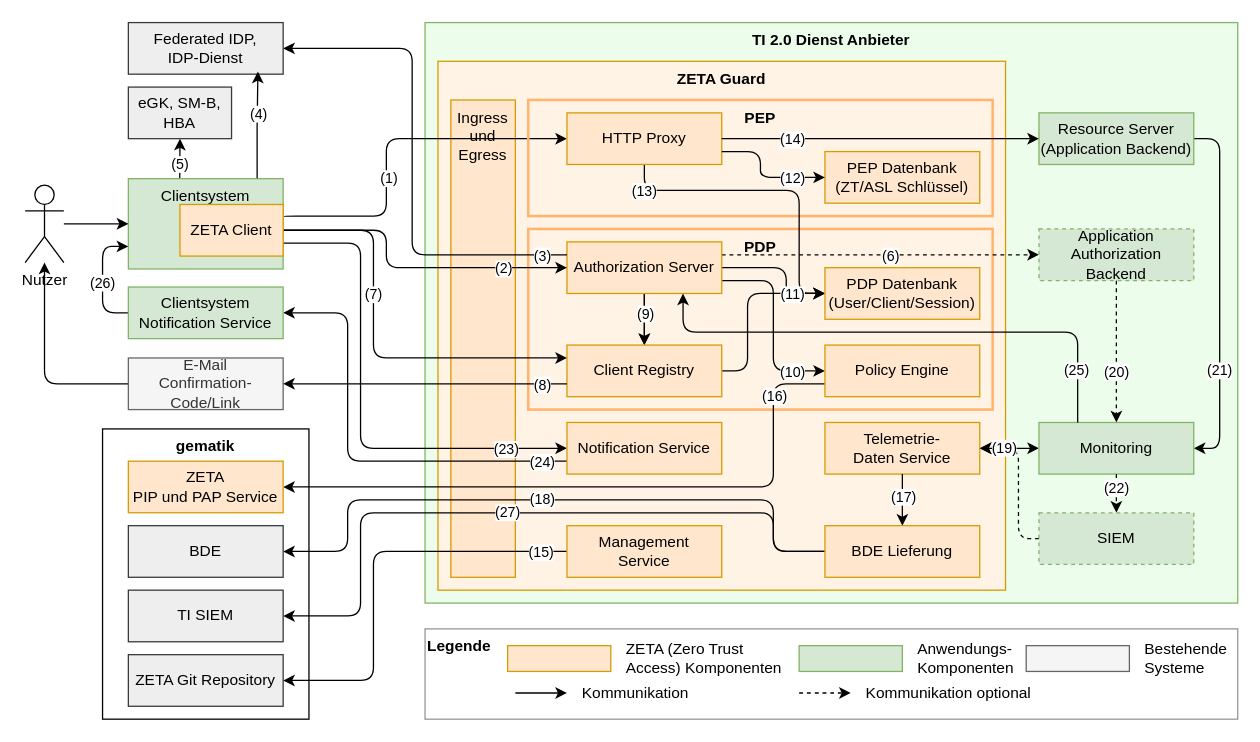
This is src/drawio/Zero-Trust_Architektur.drawio from gematik/spec-t20r, a draw.io file, before an edit. Source tidied: cells renumbered, new cells numbered last; positions are measured from the earlier drawing's top-left corner, leaving out a move shared by most shapes. Both pictures are drawn from the tidied source at 129%, with x=0, y=0 at pixel (25, 22).
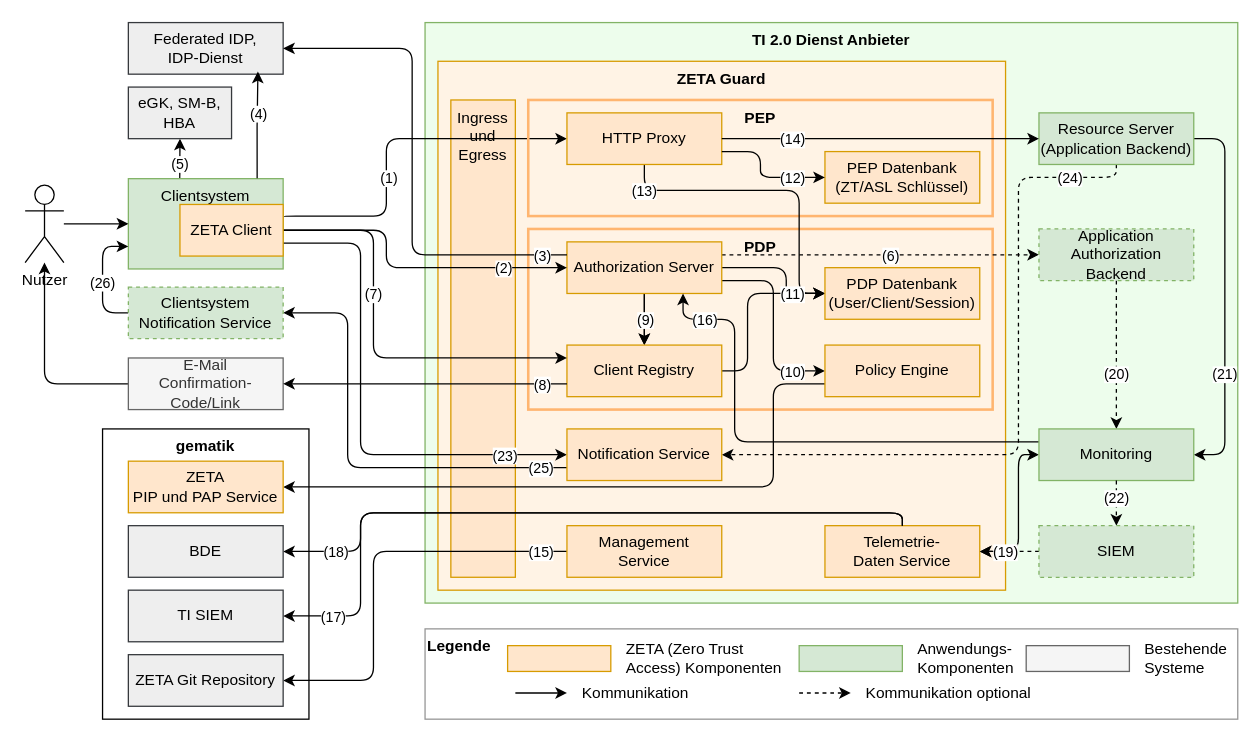
The same diagram, later.

The change refers to these unchanged cells:
```xml
<mxCell id="12" style="edgeStyle=orthogonalEdgeStyle;rounded=0;jettySize=auto;html=1;" parent="1" edge="1" source="17" target="21">
  <mxGeometry relative="1" as="geometry" />
</mxCell>
<mxCell id="17" value="Authorization Server" style="rounded=0;whiteSpace=wrap;html=1;fillColor=#ffe6cc;strokeColor=#d79b00;" parent="1" vertex="1">
  <mxGeometry x="420" y="170" width="120" height="40" as="geometry" />
</mxCell>
<mxCell id="24" value="&lt;div&gt;Resource Server&lt;/div&gt;&lt;div&gt;(Application Backend)&lt;/div&gt;" style="rounded=0;whiteSpace=wrap;html=1;fillColor=#d5e8d4;strokeColor=#82b366;" parent="1" vertex="1">
  <mxGeometry x="785.9" y="70" width="120" height="40" as="geometry" />
</mxCell>
<mxCell id="58" value="&lt;div&gt;BDE&lt;/div&gt;" style="rounded=0;whiteSpace=wrap;html=1;fillColor=#eeeeee;strokeColor=#36393d;" parent="1" vertex="1">
  <mxGeometry x="80" y="390" width="120" height="40" as="geometry" />
</mxCell>
<mxCell id="60" value="&lt;div&gt;TI SIEM&lt;/div&gt;" style="rounded=0;whiteSpace=wrap;html=1;fillColor=#eeeeee;strokeColor=#36393d;" parent="1" vertex="1">
  <mxGeometry x="80" y="440" width="120" height="40" as="geometry" />
</mxCell>
<mxCell id="80" value="ZETA Client" style="rounded=0;whiteSpace=wrap;html=1;fillColor=#ffe6cc;strokeColor=#d79b00;" parent="1" vertex="1">
  <mxGeometry x="120" y="141" width="80" height="40" as="geometry" />
</mxCell>
```

Diff of the diagram source:
```diff
@@
     <mxCell id="13" value="(9)" style="edgeLabel;html=1;align=center;verticalAlign=middle;" parent="12" vertex="1">
       <mxGeometry x="-0.2" y="3" relative="1" as="geometry">
-        <mxPoint x="-3" y="-1" as="offset" />
+        <mxPoint x="-3" y="4" as="offset" />
       </mxGeometry>
     </mxCell>
@@
     <mxCell id="22" style="edgeStyle=orthogonalEdgeStyle;rounded=1;jettySize=auto;html=1;entryX=1;entryY=0.5;entryDx=0;entryDy=0;curved=0;exitX=1;exitY=0.5;exitDx=0;exitDy=0;" parent="1" edge="1" source="24" target="35">
       <mxGeometry relative="1" as="geometry">
         <Array as="points">
-          <mxPoint x="926" y="90" />
-          <mxPoint x="926" y="330" />
+          <mxPoint x="930" y="90" />
+          <mxPoint x="930" y="335" />
         </Array>
       </mxGeometry>
     </mxCell>
@@
+    <mxCell id="104" style="edgeStyle=orthogonalEdgeStyle;rounded=1;jettySize=auto;html=1;entryX=1;entryY=0.5;entryDx=0;entryDy=0;exitX=0.5;exitY=1;exitDx=0;exitDy=0;curved=0;dashed=1;" parent="1" edge="1" source="24" target="100">
+      <mxGeometry relative="1" as="geometry">
+        <Array as="points">
+          <mxPoint x="846" y="120" />
+          <mxPoint x="770" y="120" />
+          <mxPoint x="770" y="335" />
+        </Array>
+      </mxGeometry>
+    </mxCell>
+    <mxCell id="105" value="(24)" style="edgeLabel;html=1;align=center;verticalAlign=middle;" parent="104" vertex="1">
+      <mxGeometry x="-0.78" y="1" relative="1" as="geometry">
+        <mxPoint x="12" y="-1" as="offset" />
+      </mxGeometry>
+    </mxCell>
@@
-    <mxCell id="28" style="edgeStyle=orthogonalEdgeStyle;rounded=0;jettySize=auto;html=1;startArrow=classic;startFill=1;" parent="1" edge="1" source="29" target="35">
-      <mxGeometry relative="1" as="geometry" />
+    <mxCell id="28" style="edgeStyle=orthogonalEdgeStyle;rounded=1;jettySize=auto;html=1;startArrow=classic;startFill=1;entryX=0;entryY=0.5;entryDx=0;entryDy=0;curved=0;exitX=1;exitY=0.5;exitDx=0;exitDy=0;" parent="1" edge="1" source="29" target="35">
+      <mxGeometry relative="1" as="geometry">
+        <Array as="points">
+          <mxPoint x="770" y="410" />
+          <mxPoint x="770" y="335" />
+        </Array>
+      </mxGeometry>
     </mxCell>
     <mxCell id="29" value="Telemetrie-Daten&amp;nbsp;&lt;span style=&quot;background-color: initial;&quot;&gt;Service&lt;/span&gt;" style="rounded=0;whiteSpace=wrap;html=1;fillColor=#ffe6cc;strokeColor=#d79b00;" parent="1" vertex="1">
-      <mxGeometry x="620" y="310" width="120" height="40" as="geometry" />
+      <mxGeometry x="620" y="390" width="120" height="40" as="geometry" />
     </mxCell>
@@
-    <mxCell id="33" style="edgeStyle=orthogonalEdgeStyle;rounded=1;jettySize=auto;html=1;entryX=0.5;entryY=0;entryDx=0;entryDy=0;curved=0;exitX=0.5;exitY=1;exitDx=0;exitDy=0;" parent="1" edge="1" source="29" target="53">
-      <mxGeometry relative="1" as="geometry" />
-    </mxCell>
-    <mxCell id="34" value="(17)" style="edgeLabel;html=1;align=center;verticalAlign=middle;" parent="33" vertex="1">
-      <mxGeometry x="0.39" y="1" relative="1" as="geometry">
-        <mxPoint x="-1" y="-11" as="offset" />
-      </mxGeometry>
-    </mxCell>
+    <mxCell id="94" style="edgeStyle=orthogonalEdgeStyle;rounded=1;jettySize=auto;html=1;curved=0;entryX=0.75;entryY=1;entryDx=0;entryDy=0;exitX=0;exitY=0.25;exitDx=0;exitDy=0;" parent="1" edge="1" source="35" target="17">
+      <mxGeometry relative="1" as="geometry">
+        <Array as="points">
+          <mxPoint x="550" y="325" />
+          <mxPoint x="550" y="230" />
+          <mxPoint x="510" y="230" />
+        </Array>
+      </mxGeometry>
+    </mxCell>
+    <mxCell id="95" value="(16)" style="edgeLabel;html=1;align=center;verticalAlign=middle;" parent="94" vertex="1">
+      <mxGeometry x="0.81" relative="1" as="geometry" />
+    </mxCell>
     <mxCell id="35" value="&lt;div&gt;Monitoring&lt;/div&gt;" style="rounded=0;whiteSpace=wrap;html=1;fillColor=#d5e8d4;strokeColor=#82b366;" parent="1" vertex="1">
-      <mxGeometry x="785.9" y="310" width="120" height="40" as="geometry" />
+      <mxGeometry x="785.9" y="315" width="120" height="40" as="geometry" />
     </mxCell>
@@
-    <mxCell id="49" style="edgeStyle=orthogonalEdgeStyle;rounded=1;jettySize=auto;html=1;entryX=1;entryY=0.5;entryDx=0;entryDy=0;exitX=0;exitY=0.5;exitDx=0;exitDy=0;curved=0;" parent="1" edge="1" source="53" target="58">
+    <mxCell id="49" style="edgeStyle=orthogonalEdgeStyle;rounded=1;jettySize=auto;html=1;entryX=1;entryY=0.5;entryDx=0;entryDy=0;exitX=0.5;exitY=0;exitDx=0;exitDy=0;curved=0;" parent="1" edge="1" source="29" target="58">
       <mxGeometry relative="1" as="geometry">
         <Array as="points">
-          <mxPoint x="580" y="410" />
-          <mxPoint x="580" y="370" />
-          <mxPoint x="250" y="370" />
-          <mxPoint x="250" y="410" />
+          <mxPoint x="680" y="380" />
+          <mxPoint x="260" y="380" />
+          <mxPoint x="260" y="410" />
         </Array>
       </mxGeometry>
     </mxCell>
     <mxCell id="50" value="(18)" style="edgeLabel;html=1;align=center;verticalAlign=middle;" parent="49" vertex="1">
       <mxGeometry x="-0.73" relative="1" as="geometry">
-        <mxPoint x="-180" y="-13" as="offset" />
+        <mxPoint x="-380" y="30" as="offset" />
       </mxGeometry>
     </mxCell>
-    <mxCell id="51" style="edgeStyle=orthogonalEdgeStyle;rounded=1;jettySize=auto;html=1;entryX=1;entryY=0.5;entryDx=0;entryDy=0;exitX=0;exitY=0.5;exitDx=0;exitDy=0;curved=0;" parent="1" edge="1" source="53" target="60">
+    <mxCell id="51" style="edgeStyle=orthogonalEdgeStyle;rounded=1;jettySize=auto;html=1;entryX=1;entryY=0.5;entryDx=0;entryDy=0;curved=0;exitX=0.5;exitY=0;exitDx=0;exitDy=0;" parent="1" edge="1" source="29" target="60">
       <mxGeometry relative="1" as="geometry">
         <Array as="points">
-          <mxPoint x="580" y="410" />
-          <mxPoint x="580" y="380" />
+          <mxPoint x="680" y="380" />
           <mxPoint x="260" y="380" />
           <mxPoint x="260" y="460" />
         </Array>
       </mxGeometry>
     </mxCell>
-    <mxCell id="52" value="(27)" style="edgeLabel;html=1;align=center;verticalAlign=middle;" parent="51" vertex="1">
+    <mxCell id="52" value="(17)" style="edgeLabel;html=1;align=center;verticalAlign=middle;" parent="51" vertex="1">
       <mxGeometry x="-0.44" y="-1" relative="1" as="geometry">
-        <mxPoint x="-129" as="offset" />
+        <mxPoint x="-292" y="81" as="offset" />
       </mxGeometry>
     </mxCell>
-    <mxCell id="53" value="&lt;div&gt;BDE Lieferung&lt;/div&gt;" style="rounded=0;whiteSpace=wrap;html=1;fillColor=#ffe6cc;strokeColor=#d79b00;" parent="1" vertex="1">
-      <mxGeometry x="620" y="390" width="120" height="40" as="geometry" />
-    </mxCell>
-    <mxCell id="54" style="edgeStyle=orthogonalEdgeStyle;rounded=1;jettySize=auto;html=1;entryX=1;entryY=0.5;entryDx=0;entryDy=0;dashed=1;curved=0;" parent="1" edge="1" source="97" target="29">
+    <mxCell id="54" style="edgeStyle=orthogonalEdgeStyle;rounded=1;jettySize=auto;html=1;entryX=1;entryY=0.5;entryDx=0;entryDy=0;dashed=1;curved=0;exitX=0;exitY=0.5;exitDx=0;exitDy=0;" parent="1" edge="1" source="97" target="29">
       <mxGeometry relative="1" as="geometry">
         <Array as="points">
-          <mxPoint x="770" y="400" />
-          <mxPoint x="770" y="330" />
+          <mxPoint x="780" y="410" />
+          <mxPoint x="780" y="410" />
         </Array>
       </mxGeometry>
     </mxCell>
     <mxCell id="55" value="(19)" style="edgeLabel;html=1;align=center;verticalAlign=middle;" parent="54" vertex="1">
       <mxGeometry x="0.2" y="1" relative="1" as="geometry">
-        <mxPoint x="-11" y="-16" as="offset" />
+        <mxPoint x="2" y="-1" as="offset" />
       </mxGeometry>
     </mxCell>
@@
     <mxCell id="78" style="edgeStyle=orthogonalEdgeStyle;rounded=1;jettySize=auto;html=1;entryX=0;entryY=0.5;entryDx=0;entryDy=0;curved=0;exitX=1;exitY=0.75;exitDx=0;exitDy=0;" parent="1" edge="1" source="80" target="100">
       <mxGeometry relative="1" as="geometry">
         <Array as="points">
           <mxPoint x="260" y="171" />
-          <mxPoint x="260" y="330" />
+          <mxPoint x="260" y="335" />
         </Array>
       </mxGeometry>
     </mxCell>
@@
-    <mxCell id="94" style="edgeStyle=orthogonalEdgeStyle;html=1;entryX=0.75;entryY=1;entryDx=0;entryDy=0;exitX=0.25;exitY=0;exitDx=0;exitDy=0;" parent="1" edge="1" source="35" target="17">
-      <mxGeometry relative="1" as="geometry">
-        <Array as="points">
-          <mxPoint x="816" y="240" />
-          <mxPoint x="510" y="240" />
-        </Array>
-      </mxGeometry>
-    </mxCell>
-    <mxCell id="95" value="(16)" style="edgeLabel;html=1;align=center;verticalAlign=middle;" parent="94" vertex="1">
-      <mxGeometry x="0.92" relative="1" as="geometry">
-        <mxPoint x="70" y="64" as="offset" />
-      </mxGeometry>
-    </mxCell>
-    <mxCell id="96" value="(25)" style="edgeLabel;html=1;align=center;verticalAlign=middle;" parent="94" vertex="1">
-      <mxGeometry x="-0.8" y="1" relative="1" as="geometry" />
-    </mxCell>
     <mxCell id="97" value="&lt;div&gt;SIEM&lt;/div&gt;" style="rounded=0;whiteSpace=wrap;html=1;fillColor=#d5e8d4;strokeColor=#82b366;dashed=1;" parent="1" vertex="1">
-      <mxGeometry x="785.9" y="380" width="120" height="40" as="geometry" />
+      <mxGeometry x="785.9" y="390" width="120" height="40" as="geometry" />
     </mxCell>
     <mxCell id="98" style="edgeStyle=orthogonalEdgeStyle;rounded=1;jettySize=auto;html=1;entryX=1;entryY=0.5;entryDx=0;entryDy=0;exitX=0;exitY=0.75;exitDx=0;exitDy=0;curved=0;" parent="1" edge="1" source="100" target="103">
       <mxGeometry relative="1" as="geometry">
         <Array as="points">
-          <mxPoint x="250" y="340" />
+          <mxPoint x="250" y="345" />
           <mxPoint x="250" y="225" />
         </Array>
       </mxGeometry>
     </mxCell>
-    <mxCell id="99" value="(24)" style="edgeLabel;html=1;align=center;verticalAlign=middle;" parent="98" vertex="1">
+    <mxCell id="99" value="(25)" style="edgeLabel;html=1;align=center;verticalAlign=middle;" parent="98" vertex="1">
       <mxGeometry x="-0.86" relative="1" as="geometry">
         <mxPoint x="3" as="offset" />
       </mxGeometry>
     </mxCell>
     <mxCell id="100" value="&lt;div&gt;Notification Service&lt;/div&gt;" style="rounded=0;whiteSpace=wrap;html=1;fillColor=#ffe6cc;strokeColor=#d79b00;" parent="1" vertex="1">
-      <mxGeometry x="420" y="310" width="120" height="40" as="geometry" />
+      <mxGeometry x="420" y="315" width="120" height="40" as="geometry" />
     </mxCell>
@@
-    <mxCell id="103" value="Clientsystem Notification Service" style="rounded=0;whiteSpace=wrap;html=1;fillColor=#d5e8d4;strokeColor=#82b366;" parent="1" vertex="1">
+    <mxCell id="103" value="Clientsystem Notification Service" style="rounded=0;whiteSpace=wrap;html=1;fillColor=#d5e8d4;strokeColor=#82b366;dashed=1;" parent="1" vertex="1">
       <mxGeometry x="80" y="205" width="120" height="40" as="geometry" />
     </mxCell>
```
